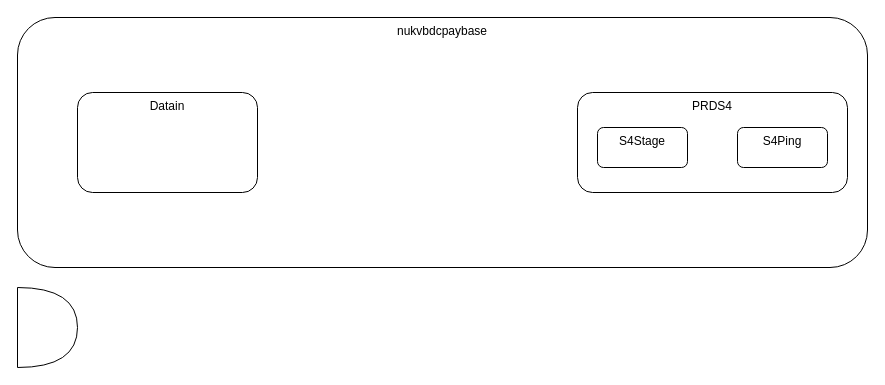
Earlier version of the draw.io diagram page "Folder Structure" (2 of 6) of Bottomline.drawio (mrf742002/Diagrams). Source tidied: cells renumbered, new cells numbered last; positions are measured from the earlier drawing's top-left corner, leaving out a move shared by most shapes. Both pictures are drawn from the tidied source at 100%, with x=0, y=0 at pixel (17, 17).
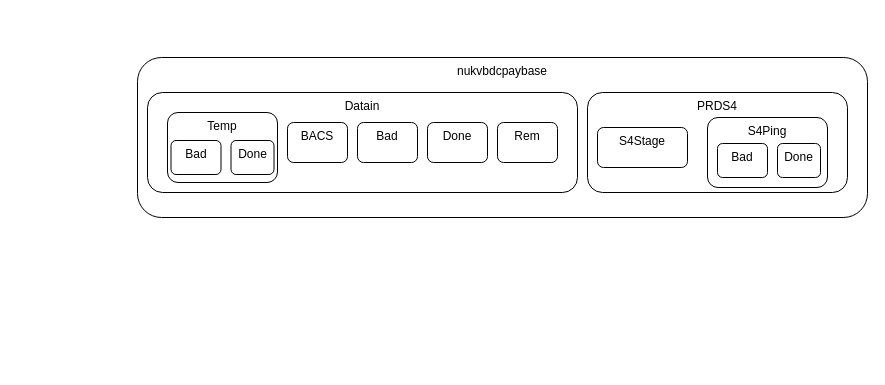
Above is the later version.

Change to the diagram source:
```diff
@@
 <mxGraphModel>
   <root>
     <mxCell id="0" />
     <mxCell id="1" parent="0" />
     <mxCell id="2" value="nukvbdcpaybase" style="rounded=1;whiteSpace=wrap;html=1;verticalAlign=top;" parent="1" vertex="1">
-      <mxGeometry width="850" height="250" as="geometry" />
+      <mxGeometry x="120" y="40" width="730" height="160" as="geometry" />
     </mxCell>
     <mxCell id="3" value="Datain" style="rounded=1;whiteSpace=wrap;html=1;verticalAlign=top;" parent="1" vertex="1">
-      <mxGeometry x="60" y="75" width="180" height="100" as="geometry" />
+      <mxGeometry x="130" y="75" width="430" height="100" as="geometry" />
     </mxCell>
     <mxCell id="4" value="PRDS4" style="rounded=1;whiteSpace=wrap;html=1;verticalAlign=top;" parent="1" vertex="1">
-      <mxGeometry x="560" y="75" width="270" height="100" as="geometry" />
+      <mxGeometry x="570" y="75" width="260" height="100" as="geometry" />
     </mxCell>
     <mxCell id="5" value="S4Ping" style="rounded=1;whiteSpace=wrap;html=1;verticalAlign=top;" parent="1" vertex="1">
-      <mxGeometry x="720" y="110" width="90" height="40" as="geometry" />
+      <mxGeometry x="690" y="100" width="120" height="70" as="geometry" />
     </mxCell>
     <mxCell id="6" value="S4Stage" style="rounded=1;whiteSpace=wrap;html=1;verticalAlign=top;" parent="1" vertex="1">
       <mxGeometry x="580" y="110" width="90" height="40" as="geometry" />
     </mxCell>
-    <mxCell id="7" style="shape=or;whiteSpace=wrap;html=1;align=left;" parent="1" vertex="1">
-      <mxGeometry y="270" width="60" height="80" as="geometry" />
-    </mxCell>
+    <mxCell id="8" value="BACS" style="rounded=1;whiteSpace=wrap;html=1;verticalAlign=top;" parent="1" vertex="1">
+      <mxGeometry x="270" y="105" width="60" height="40" as="geometry" />
+    </mxCell>
+    <mxCell id="9" value="Bad" style="rounded=1;whiteSpace=wrap;html=1;verticalAlign=top;" parent="1" vertex="1">
+      <mxGeometry x="340" y="105" width="60" height="40" as="geometry" />
+    </mxCell>
+    <mxCell id="10" value="Done" style="rounded=1;whiteSpace=wrap;html=1;verticalAlign=top;" parent="1" vertex="1">
+      <mxGeometry x="410" y="105" width="60" height="40" as="geometry" />
+    </mxCell>
+    <mxCell id="11" value="Rem" style="rounded=1;whiteSpace=wrap;html=1;verticalAlign=top;" parent="1" vertex="1">
+      <mxGeometry x="480" y="105" width="60" height="40" as="geometry" />
+    </mxCell>
+    <mxCell id="12" value="Temp" style="rounded=1;whiteSpace=wrap;html=1;verticalAlign=top;" parent="1" vertex="1">
+      <mxGeometry x="150" y="95" width="110" height="70" as="geometry" />
+    </mxCell>
+    <mxCell id="13" value="Bad" style="rounded=1;whiteSpace=wrap;html=1;verticalAlign=top;" parent="1" vertex="1">
+      <mxGeometry x="700" y="126" width="50" height="34" as="geometry" />
+    </mxCell>
+    <mxCell id="14" value="Done" style="rounded=1;whiteSpace=wrap;html=1;verticalAlign=top;" parent="1" vertex="1">
+      <mxGeometry x="760" y="126" width="43" height="34" as="geometry" />
+    </mxCell>
+    <mxCell id="15" value="Bad" style="rounded=1;whiteSpace=wrap;html=1;verticalAlign=top;" parent="1" vertex="1">
+      <mxGeometry x="153.5" y="123" width="50" height="34" as="geometry" />
+    </mxCell>
+    <mxCell id="16" value="Done" style="rounded=1;whiteSpace=wrap;html=1;verticalAlign=top;" parent="1" vertex="1">
+      <mxGeometry x="213.5" y="123" width="43" height="34" as="geometry" />
+    </mxCell>
   </root>
 </mxGraphModel>
```
